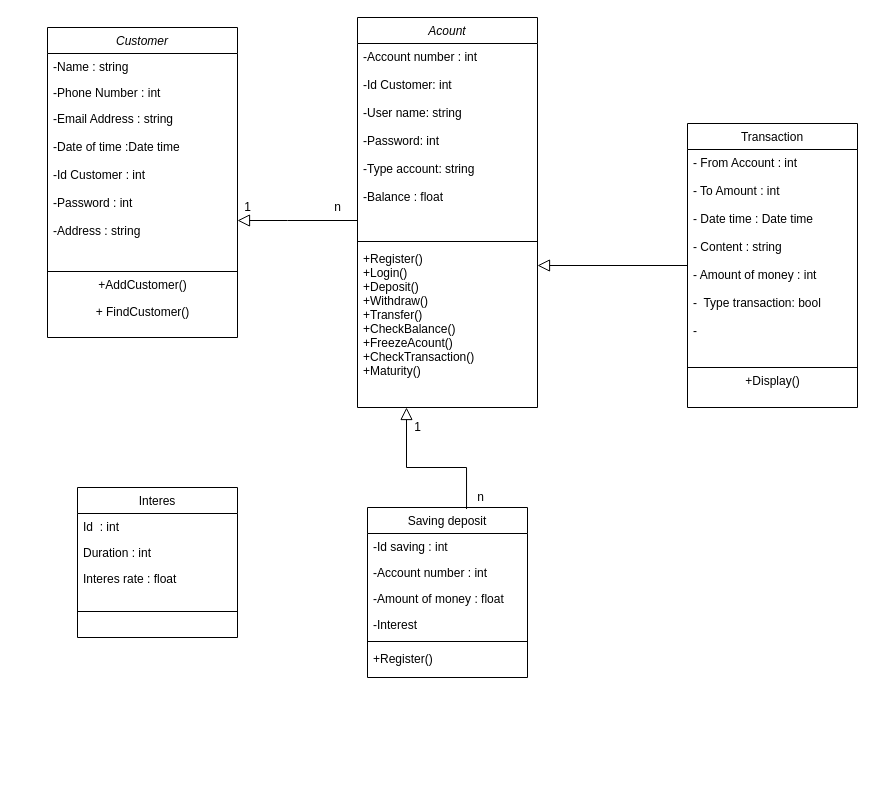
Earlier version of the draw.io diagram BankClass.drawio (bacday32/lephuocbac). Source tidied: cells renumbered, new cells numbered last; positions are measured from the earlier drawing's top-left corner, leaving out a move shared by most shapes. Both pictures are drawn from the tidied source at 100%, with x=0, y=0 at pixel (-123, 17).
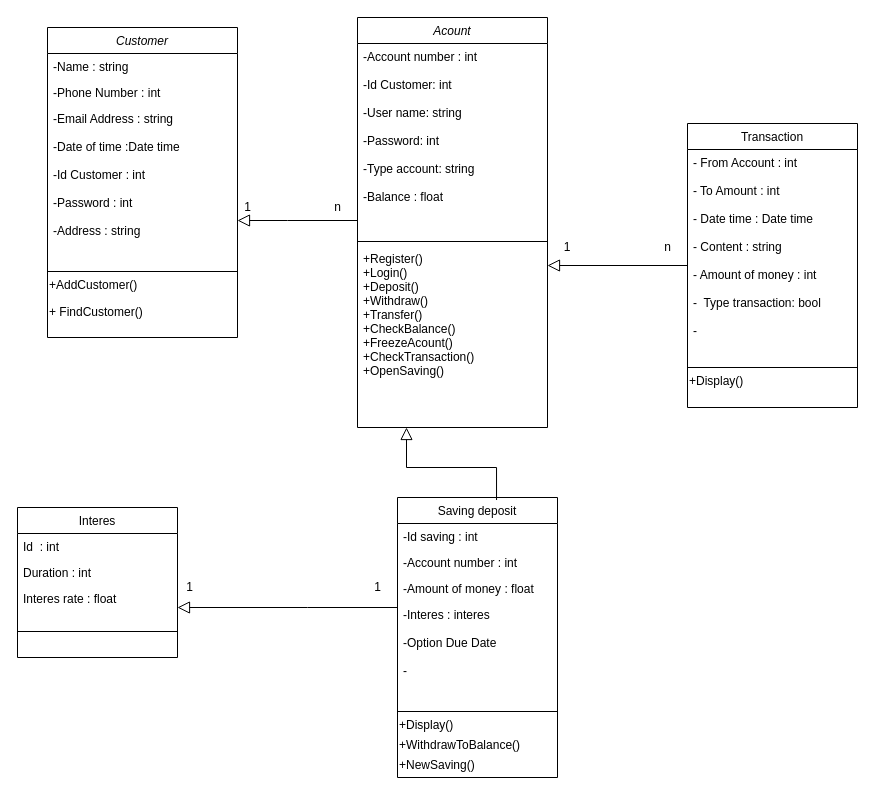
After the change.

The change refers to these unchanged cells:
```xml
<mxCell id="6" value="Transaction" style="swimlane;fontStyle=0;align=center;verticalAlign=top;horizontal=1;startSize=26;rounded=0;shadow=0;strokeWidth=1;" parent="1" vertex="1">
  <mxGeometry x="810" y="106" width="170" height="284" as="geometry" />
</mxCell>
<mxCell id="18" value="Customer" style="swimlane;fontStyle=2;align=center;verticalAlign=top;horizontal=1;startSize=26;rounded=0;shadow=0;strokeWidth=1;" parent="1" vertex="1">
  <mxGeometry x="170" y="10" width="190" height="310" as="geometry" />
</mxCell>
```

Diff of the diagram source:
```diff
@@
     <mxCell id="2" value="Acount&#10;" style="swimlane;fontStyle=2;align=center;verticalAlign=top;horizontal=1;startSize=26;rounded=0;shadow=0;strokeWidth=1;" parent="1" vertex="1">
-      <mxGeometry x="480" width="180" height="390" as="geometry" />
+      <mxGeometry x="480" width="190" height="410" as="geometry" />
     </mxCell>
     <mxCell id="3" value="-Account number : int&#10;&#10;-Id Customer: int&#10;&#10;-User name: string&#10;&#10;-Password: int&#10;&#10;-Type account: string&#10;&#10;-Balance : float&#10;&#10;" style="text;align=left;verticalAlign=top;spacingLeft=4;spacingRight=4;overflow=hidden;rounded=0;shadow=0;html=0;" parent="2" vertex="1">
-      <mxGeometry y="26" width="180" height="194" as="geometry" />
+      <mxGeometry y="26" width="190" height="194" as="geometry" />
     </mxCell>
     <mxCell id="4" style="line;html=1;strokeWidth=1;align=left;verticalAlign=middle;spacingTop=-1;spacingLeft=3;spacingRight=3;labelPosition=right;" parent="2" vertex="1">
-      <mxGeometry y="220" width="180" height="8" as="geometry" />
+      <mxGeometry y="220" width="190" height="8" as="geometry" />
     </mxCell>
-    <mxCell id="5" value="+Register()&#10;+Login()&#10;+Deposit()&#10;+Withdraw()&#10;+Transfer()&#10;+CheckBalance()&#10;+FreezeAcount()&#10;+CheckTransaction()&#10;+Maturity()&#10;&#10;" style="text;align=left;verticalAlign=top;spacingLeft=4;spacingRight=4;overflow=hidden;" parent="2" vertex="1">
-      <mxGeometry y="228" width="180" height="162" as="geometry" />
+    <mxCell id="5" value="+Register()&#10;+Login()&#10;+Deposit()&#10;+Withdraw()&#10;+Transfer()&#10;+CheckBalance()&#10;+FreezeAcount()&#10;+CheckTransaction()&#10;+OpenSaving()&#10;&#10;" style="text;align=left;verticalAlign=top;spacingLeft=4;spacingRight=4;overflow=hidden;" parent="2" vertex="1">
+      <mxGeometry y="228" width="190" height="182" as="geometry" />
     </mxCell>
@@
-    <mxCell id="9" value="+Display()" style="text;html=1;align=center;verticalAlign=middle;" parent="6" vertex="1">
+    <mxCell id="9" value="+Display()" style="text;html=1;align=left;verticalAlign=middle;" parent="6" vertex="1">
       <mxGeometry y="248" width="170" height="20" as="geometry" />
     </mxCell>
@@
     <mxCell id="11" value="Saving deposit&#10;" style="swimlane;fontStyle=0;align=center;verticalAlign=top;horizontal=1;startSize=26;rounded=0;shadow=0;strokeWidth=1;" parent="1" vertex="1">
-      <mxGeometry x="490" y="490" width="160" height="170" as="geometry" />
+      <mxGeometry x="520" y="480" width="160" height="280" as="geometry" />
     </mxCell>
@@
-    <mxCell id="15" value="-Interest " style="text;align=left;verticalAlign=top;spacingLeft=4;spacingRight=4;overflow=hidden;rounded=0;shadow=0;html=0;" parent="11" vertex="1">
-      <mxGeometry y="104" width="160" height="26" as="geometry" />
+    <mxCell id="15" value="-Interes : interes&#10;&#10;-Option Due Date&#10;&#10;- " style="text;align=left;verticalAlign=top;spacingLeft=4;spacingRight=4;overflow=hidden;rounded=0;shadow=0;html=0;" parent="11" vertex="1">
+      <mxGeometry y="104" width="160" height="106" as="geometry" />
     </mxCell>
     <mxCell id="16" style="line;html=1;strokeWidth=1;align=left;verticalAlign=middle;spacingTop=-1;spacingLeft=3;spacingRight=3;labelPosition=right;" parent="11" vertex="1">
-      <mxGeometry y="130" width="160" height="8" as="geometry" />
+      <mxGeometry y="210" width="160" height="8" as="geometry" />
     </mxCell>
-    <mxCell id="17" value="+Register()" style="text;align=left;verticalAlign=top;spacingLeft=4;spacingRight=4;overflow=hidden;" parent="11" vertex="1">
-      <mxGeometry y="138" width="160" height="26" as="geometry" />
-    </mxCell>
+    <mxCell id="36" value="+Display()" style="text;html=1;align=left;verticalAlign=middle;" parent="11" vertex="1">
+      <mxGeometry y="218" width="160" height="20" as="geometry" />
+    </mxCell>
+    <mxCell id="37" value="+WithdrawToBalance()" style="text;html=1;align=left;verticalAlign=middle;" parent="11" vertex="1">
+      <mxGeometry y="238" width="160" height="20" as="geometry" />
+    </mxCell>
+    <mxCell id="38" value="+NewSaving()" style="text;html=1;align=left;verticalAlign=middle;" parent="11" vertex="1">
+      <mxGeometry y="258" width="160" height="20" as="geometry" />
+    </mxCell>
@@
-    <mxCell id="23" value="+AddCustomer()" style="text;html=1;align=center;verticalAlign=middle;" parent="18" vertex="1">
+    <mxCell id="23" value="+AddCustomer()" style="text;html=1;align=left;verticalAlign=middle;" parent="18" vertex="1">
       <mxGeometry y="248" width="190" height="20" as="geometry" />
     </mxCell>
-    <mxCell id="24" value="+ FindCustomer()" style="text;html=1;align=center;verticalAlign=left&#10;;" parent="18" vertex="1">
+    <mxCell id="24" value="+ FindCustomer()" style="text;html=1;align=left;verticalAlign=left&#10;;" parent="18" vertex="1">
       <mxGeometry y="268" width="190" height="20" as="geometry" />
     </mxCell>
@@
-    <mxCell id="29" value="1" style="text;html=1;align=center;verticalAlign=middle;" parent="1" vertex="1">
-      <mxGeometry x="530" y="400" width="20" height="20" as="geometry" />
-    </mxCell>
-    <mxCell id="30" value="n" style="text;html=1;align=center;verticalAlign=middle;" parent="1" vertex="1">
-      <mxGeometry x="593" y="470" width="20" height="20" as="geometry" />
-    </mxCell>
     <mxCell id="31" value="Interes" style="swimlane;fontStyle=0;align=center;verticalAlign=top;horizontal=1;startSize=26;rounded=0;shadow=0;strokeWidth=1;" parent="1" vertex="1">
-      <mxGeometry x="200" y="470" width="160" height="150" as="geometry" />
+      <mxGeometry x="140" y="490" width="160" height="150" as="geometry" />
     </mxCell>
@@
+    <mxCell id="39" style="endArrow=block;endSize=10;endFill=0;shadow=0;strokeWidth=1;rounded=0;edgeStyle=elbowEdgeStyle;elbow=vertical;" parent="1" edge="1" source="11" target="31">
+      <mxGeometry relative="1" as="geometry">
+        <Array as="points">
+          <mxPoint x="430" y="590" />
+          <mxPoint x="670" y="380" />
+          <mxPoint x="410" y="270" />
+        </Array>
+      </mxGeometry>
+    </mxCell>
+    <mxCell id="40" value="1" style="text;html=1;align=center;verticalAlign=middle;" parent="1" vertex="1">
+      <mxGeometry x="302" y="560" width="20" height="20" as="geometry" />
+    </mxCell>
+    <mxCell id="41" value="1" style="text;html=1;align=center;verticalAlign=middle;" parent="1" vertex="1">
+      <mxGeometry x="490" y="560" width="20" height="20" as="geometry" />
+    </mxCell>
+    <mxCell id="42" value="1" style="text;html=1;strokeColor=none;fillColor=none;align=center;verticalAlign=middle;whiteSpace=wrap;rounded=0;" parent="1" vertex="1">
+      <mxGeometry x="670" y="220" width="40" height="20" as="geometry" />
+    </mxCell>
+    <mxCell id="30" value="n" style="text;html=1;align=center;verticalAlign=middle;" parent="1" vertex="1">
+      <mxGeometry x="780" y="220" width="20" height="20" as="geometry" />
+    </mxCell>
```
